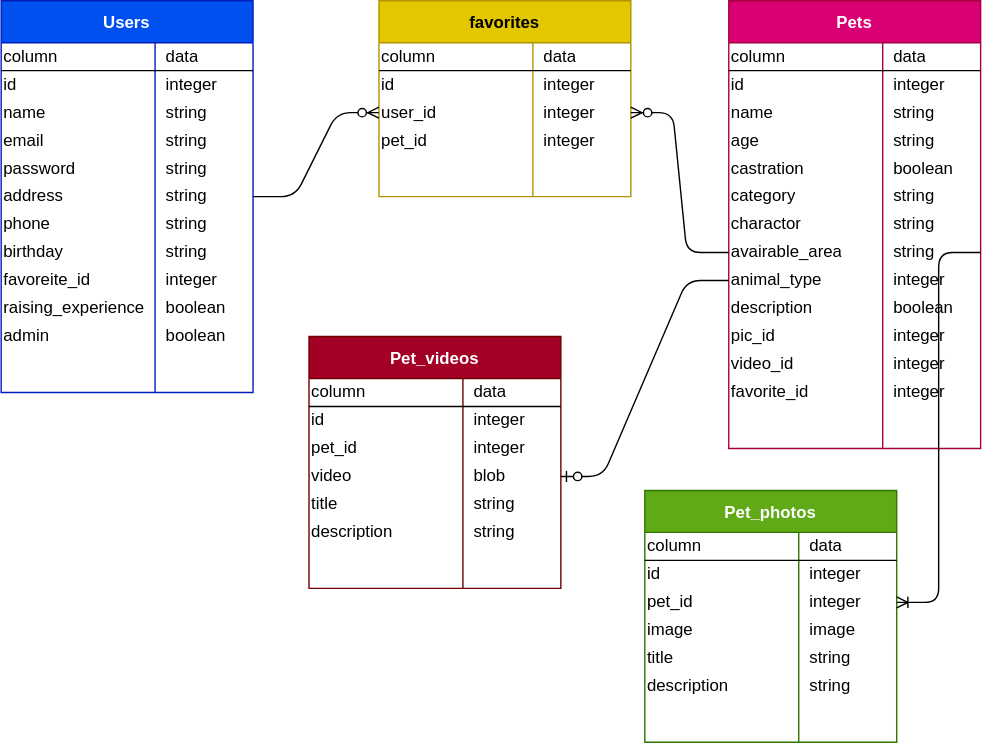
This is rubyemon.drawio.svg from yosnak13/rubyemon_entity_relationship_diagram, a draw.io export, as it was before one commit. Source tidied: cells renumbered, new cells last; positions are measured from the earlier drawing's top-left corner, leaving out a move shared by most shapes.
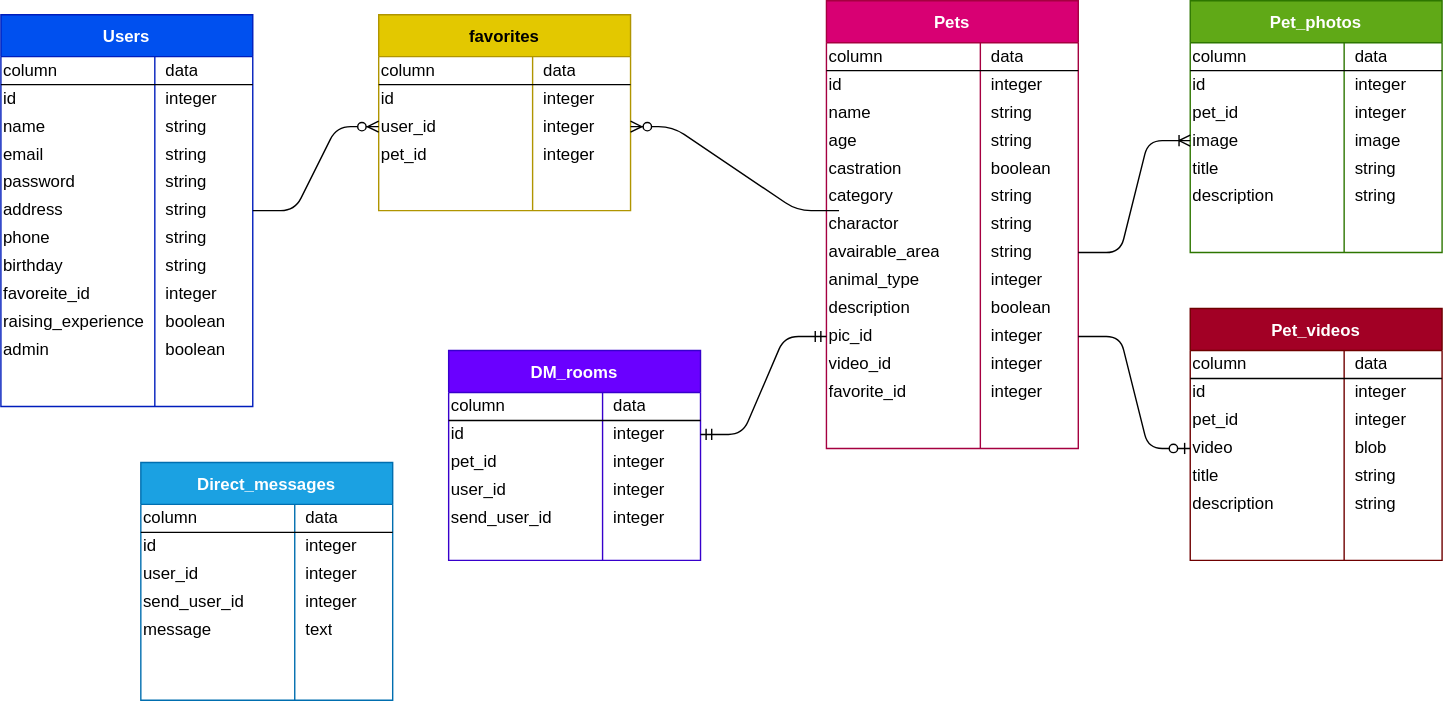
Above is the later version.

The edit, as a diff of the source:
```diff
@@ -105,7 +105,7 @@
       <mxGeometry x="110" width="70" height="20" as="geometry" />
     </mxCell>
     <mxCell id="36" value="Pets" style="shape=table;startSize=30;rowLines=0;fontStyle=1;align=center;labelBorderColor=none;labelBackgroundColor=none;fillColor=#d80073;strokeColor=#A50040;fontColor=#ffffff;shadow=0;" parent="1" vertex="1">
-      <mxGeometry x="520" width="180" height="320" as="geometry" />
+      <mxGeometry x="590" y="-10" width="180" height="320" as="geometry" />
     </mxCell>
     <mxCell id="37" style="shape=partialRectangle;html=1;whiteSpace=wrap;fillColor=none;top=0;left=0;bottom=1;right=0;" parent="36" vertex="1">
       <mxGeometry y="30" width="180" height="20" as="geometry" />
@@ -266,11 +266,11 @@
     <mxCell id="89" style="edgeStyle=entityRelationEdgeStyle;fontSize=12;html=1;endArrow=ERzeroToMany;endFill=1;exitX=1;exitY=0.5;exitDx=0;exitDy=0;entryX=0;entryY=0.5;entryDx=0;entryDy=0;" parent="1" edge="1" source="18" target="83">
       <mxGeometry relative="1" as="geometry" />
     </mxCell>
-    <mxCell id="90" style="edgeStyle=entityRelationEdgeStyle;fontSize=12;html=1;endArrow=ERzeroToMany;endFill=1;entryX=1;entryY=0.5;entryDx=0;entryDy=0;" parent="1" edge="1" source="58" target="83">
+    <mxCell id="90" style="edgeStyle=entityRelationEdgeStyle;fontSize=12;html=1;endArrow=ERzeroToMany;endFill=1;entryX=1;entryY=0.5;entryDx=0;entryDy=0;exitX=0.05;exitY=1;exitDx=0;exitDy=0;exitPerimeter=0;" parent="1" edge="1" source="52" target="83">
       <mxGeometry relative="1" as="geometry" />
     </mxCell>
     <mxCell id="91" value="Pet_photos" style="shape=table;startSize=30;rowLines=0;fontStyle=1;align=center;labelBorderColor=none;labelBackgroundColor=none;fillColor=#60a917;strokeColor=#2D7600;fontColor=#ffffff;" parent="1" vertex="1">
-      <mxGeometry x="460" y="350" width="180" height="180" as="geometry" />
+      <mxGeometry x="850" y="-10" width="180" height="180" as="geometry" />
     </mxCell>
     <mxCell id="92" style="shape=partialRectangle;html=1;whiteSpace=wrap;fillColor=none;top=0;left=0;bottom=1;right=0;" parent="91" vertex="1">
       <mxGeometry y="30" width="180" height="20" as="geometry" />
@@ -326,11 +326,11 @@
     <mxCell id="109" value="string" style="shape=partialRectangle;html=1;whiteSpace=wrap;fillColor=none;top=0;left=0;bottom=0;right=0;align=left;spacingLeft=6;overflow=hidden;" parent="107" vertex="1">
       <mxGeometry x="110" width="70" height="20" as="geometry" />
     </mxCell>
-    <mxCell id="110" style="edgeStyle=entityRelationEdgeStyle;fontSize=12;html=1;endArrow=ERoneToMany;exitX=1;exitY=0.5;exitDx=0;exitDy=0;entryX=1;entryY=0.5;entryDx=0;entryDy=0;" parent="1" edge="1" source="58" target="98">
+    <mxCell id="110" style="edgeStyle=entityRelationEdgeStyle;fontSize=12;html=1;endArrow=ERoneToMany;exitX=1;exitY=0.5;exitDx=0;exitDy=0;entryX=0;entryY=0.5;entryDx=0;entryDy=0;" parent="1" edge="1" source="58" target="101">
       <mxGeometry relative="1" as="geometry" />
     </mxCell>
     <mxCell id="111" value="Pet_videos" style="shape=table;startSize=30;rowLines=0;fontStyle=1;align=center;labelBorderColor=none;labelBackgroundColor=none;fillColor=#a20025;strokeColor=#6F0000;fontColor=#ffffff;" parent="1" vertex="1">
-      <mxGeometry x="220" y="240" width="180" height="180" as="geometry" />
+      <mxGeometry x="850" y="210" width="180" height="180" as="geometry" />
     </mxCell>
     <mxCell id="112" style="shape=partialRectangle;html=1;whiteSpace=wrap;fillColor=none;top=0;left=0;bottom=1;right=0;" parent="111" vertex="1">
       <mxGeometry y="30" width="180" height="20" as="geometry" />
@@ -386,8 +386,116 @@
     <mxCell id="129" value="string" style="shape=partialRectangle;html=1;whiteSpace=wrap;fillColor=none;top=0;left=0;bottom=0;right=0;align=left;spacingLeft=6;overflow=hidden;" parent="127" vertex="1">
       <mxGeometry x="110" width="70" height="20" as="geometry" />
     </mxCell>
-    <mxCell id="130" style="edgeStyle=entityRelationEdgeStyle;fontSize=12;html=1;endArrow=ERzeroToOne;endFill=1;exitX=0;exitY=0.5;exitDx=0;exitDy=0;entryX=1;entryY=0.5;entryDx=0;entryDy=0;" parent="1" edge="1" source="61" target="121">
+    <mxCell id="130" style="edgeStyle=entityRelationEdgeStyle;fontSize=12;html=1;endArrow=ERzeroToOne;endFill=1;" parent="1" edge="1" source="67" target="121">
       <mxGeometry relative="1" as="geometry" />
     </mxCell>
+    <mxCell id="131" value="Direct_messages" style="shape=table;startSize=30;rowLines=0;fontStyle=1;align=center;labelBorderColor=none;labelBackgroundColor=none;fillColor=#1ba1e2;strokeColor=#006EAF;fontColor=#ffffff;" parent="1" vertex="1">
+      <mxGeometry x="100" y="320" width="180" height="170" as="geometry" />
+    </mxCell>
+    <mxCell id="132" style="shape=partialRectangle;html=1;whiteSpace=wrap;fillColor=none;top=0;left=0;bottom=1;right=0;" parent="131" vertex="1">
+      <mxGeometry y="30" width="180" height="20" as="geometry" />
+    </mxCell>
+    <mxCell id="133" value="column" style="shape=partialRectangle;html=1;whiteSpace=wrap;fillColor=none;top=0;left=0;bottom=0;right=0;overflow=hidden;align=left;" parent="132" vertex="1">
+      <mxGeometry width="110" height="20" as="geometry" />
+    </mxCell>
+    <mxCell id="134" value="data" style="shape=partialRectangle;html=1;whiteSpace=wrap;fillColor=none;top=0;left=0;bottom=0;right=0;align=left;spacingLeft=6;overflow=hidden;" parent="132" vertex="1">
+      <mxGeometry x="110" width="70" height="20" as="geometry" />
+    </mxCell>
+    <mxCell id="135" style="shape=partialRectangle;html=1;whiteSpace=wrap;fillColor=none;top=0;left=0;bottom=0;right=0;" parent="131" vertex="1">
+      <mxGeometry y="50" width="180" height="20" as="geometry" />
+    </mxCell>
+    <mxCell id="136" value="id" style="shape=partialRectangle;html=1;whiteSpace=wrap;fillColor=none;top=0;left=0;bottom=0;right=0;overflow=hidden;align=left;" parent="135" vertex="1">
+      <mxGeometry width="110" height="20" as="geometry" />
+    </mxCell>
+    <mxCell id="137" value="integer" style="shape=partialRectangle;html=1;whiteSpace=wrap;fillColor=none;top=0;left=0;bottom=0;right=0;align=left;spacingLeft=6;overflow=hidden;" parent="135" vertex="1">
+      <mxGeometry x="110" width="70" height="20" as="geometry" />
+    </mxCell>
+    <mxCell id="138" style="shape=partialRectangle;html=1;whiteSpace=wrap;fillColor=none;top=0;left=0;bottom=0;right=0;" parent="131" vertex="1">
+      <mxGeometry y="70" width="180" height="20" as="geometry" />
+    </mxCell>
+    <mxCell id="139" value="user_id" style="shape=partialRectangle;html=1;whiteSpace=wrap;fillColor=none;top=0;left=0;bottom=0;right=0;overflow=hidden;align=left;" parent="138" vertex="1">
+      <mxGeometry width="110" height="20" as="geometry" />
+    </mxCell>
+    <mxCell id="140" value="integer" style="shape=partialRectangle;html=1;whiteSpace=wrap;fillColor=none;top=0;left=0;bottom=0;right=0;align=left;spacingLeft=6;overflow=hidden;" parent="138" vertex="1">
+      <mxGeometry x="110" width="70" height="20" as="geometry" />
+    </mxCell>
+    <mxCell id="141" style="shape=partialRectangle;html=1;whiteSpace=wrap;fillColor=none;top=0;left=0;bottom=0;right=0;" parent="131" vertex="1">
+      <mxGeometry y="90" width="180" height="20" as="geometry" />
+    </mxCell>
+    <mxCell id="142" value="send_user_id" style="shape=partialRectangle;html=1;whiteSpace=wrap;fillColor=none;top=0;left=0;bottom=0;right=0;overflow=hidden;align=left;" parent="141" vertex="1">
+      <mxGeometry width="110" height="20" as="geometry" />
+    </mxCell>
+    <mxCell id="143" value="integer" style="shape=partialRectangle;html=1;whiteSpace=wrap;fillColor=none;top=0;left=0;bottom=0;right=0;align=left;spacingLeft=6;overflow=hidden;" parent="141" vertex="1">
+      <mxGeometry x="110" width="70" height="20" as="geometry" />
+    </mxCell>
+    <mxCell id="144" style="shape=partialRectangle;html=1;whiteSpace=wrap;fillColor=none;top=0;left=0;bottom=0;right=0;" parent="131" vertex="1">
+      <mxGeometry y="110" width="180" height="20" as="geometry" />
+    </mxCell>
+    <mxCell id="145" value="message" style="shape=partialRectangle;html=1;whiteSpace=wrap;fillColor=none;top=0;left=0;bottom=0;right=0;overflow=hidden;align=left;" parent="144" vertex="1">
+      <mxGeometry width="110" height="20" as="geometry" />
+    </mxCell>
+    <mxCell id="146" value="text" style="shape=partialRectangle;html=1;whiteSpace=wrap;fillColor=none;top=0;left=0;bottom=0;right=0;align=left;spacingLeft=6;overflow=hidden;" parent="144" vertex="1">
+      <mxGeometry x="110" width="70" height="20" as="geometry" />
+    </mxCell>
+    <mxCell id="147" style="shape=partialRectangle;html=1;whiteSpace=wrap;fillColor=none;top=0;left=0;bottom=0;right=0;" parent="131" vertex="1">
+      <mxGeometry y="130" width="180" height="20" as="geometry" />
+    </mxCell>
+    <mxCell id="148" style="shape=partialRectangle;html=1;whiteSpace=wrap;fillColor=none;top=0;left=0;bottom=0;right=0;overflow=hidden;align=left;" parent="147" vertex="1">
+      <mxGeometry width="110" height="20" as="geometry" />
+    </mxCell>
+    <mxCell id="149" style="shape=partialRectangle;html=1;whiteSpace=wrap;fillColor=none;top=0;left=0;bottom=0;right=0;align=left;spacingLeft=6;overflow=hidden;" parent="147" vertex="1">
+      <mxGeometry x="110" width="70" height="20" as="geometry" />
+    </mxCell>
+    <mxCell id="150" value="DM_rooms" style="shape=table;startSize=30;rowLines=0;fontStyle=1;align=center;labelBorderColor=none;labelBackgroundColor=none;fillColor=#6a00ff;strokeColor=#3700CC;fontColor=#ffffff;" parent="1" vertex="1">
+      <mxGeometry x="320" y="240" width="180" height="150" as="geometry" />
+    </mxCell>
+    <mxCell id="151" style="shape=partialRectangle;html=1;whiteSpace=wrap;fillColor=none;top=0;left=0;bottom=1;right=0;" parent="150" vertex="1">
+      <mxGeometry y="30" width="180" height="20" as="geometry" />
+    </mxCell>
+    <mxCell id="152" value="column" style="shape=partialRectangle;html=1;whiteSpace=wrap;fillColor=none;top=0;left=0;bottom=0;right=0;overflow=hidden;align=left;" parent="151" vertex="1">
+      <mxGeometry width="110" height="20" as="geometry" />
+    </mxCell>
+    <mxCell id="153" value="data" style="shape=partialRectangle;html=1;whiteSpace=wrap;fillColor=none;top=0;left=0;bottom=0;right=0;align=left;spacingLeft=6;overflow=hidden;" parent="151" vertex="1">
+      <mxGeometry x="110" width="70" height="20" as="geometry" />
+    </mxCell>
+    <mxCell id="154" style="shape=partialRectangle;html=1;whiteSpace=wrap;fillColor=none;top=0;left=0;bottom=0;right=0;points=[[0,0.5],[1,0.5]];portConstraint=eastwest;" parent="150" vertex="1">
+      <mxGeometry y="50" width="180" height="20" as="geometry" />
+    </mxCell>
+    <mxCell id="155" value="id" style="shape=partialRectangle;html=1;whiteSpace=wrap;fillColor=none;top=0;left=0;bottom=0;right=0;overflow=hidden;align=left;" parent="154" vertex="1">
+      <mxGeometry width="110" height="20" as="geometry" />
+    </mxCell>
+    <mxCell id="156" value="integer" style="shape=partialRectangle;html=1;whiteSpace=wrap;fillColor=none;top=0;left=0;bottom=0;right=0;align=left;spacingLeft=6;overflow=hidden;" parent="154" vertex="1">
+      <mxGeometry x="110" width="70" height="20" as="geometry" />
+    </mxCell>
+    <mxCell id="157" style="shape=partialRectangle;html=1;whiteSpace=wrap;fillColor=none;top=0;left=0;bottom=0;right=0;" parent="150" vertex="1">
+      <mxGeometry y="70" width="180" height="20" as="geometry" />
+    </mxCell>
+    <mxCell id="158" value="pet_id" style="shape=partialRectangle;html=1;whiteSpace=wrap;fillColor=none;top=0;left=0;bottom=0;right=0;overflow=hidden;align=left;" parent="157" vertex="1">
+      <mxGeometry width="110" height="20" as="geometry" />
+    </mxCell>
+    <mxCell id="159" value="integer" style="shape=partialRectangle;html=1;whiteSpace=wrap;fillColor=none;top=0;left=0;bottom=0;right=0;align=left;spacingLeft=6;overflow=hidden;" parent="157" vertex="1">
+      <mxGeometry x="110" width="70" height="20" as="geometry" />
+    </mxCell>
+    <mxCell id="160" style="shape=partialRectangle;html=1;whiteSpace=wrap;fillColor=none;top=0;left=0;bottom=0;right=0;" parent="150" vertex="1">
+      <mxGeometry y="90" width="180" height="20" as="geometry" />
+    </mxCell>
+    <mxCell id="161" value="user_id" style="shape=partialRectangle;html=1;whiteSpace=wrap;fillColor=none;top=0;left=0;bottom=0;right=0;overflow=hidden;align=left;" parent="160" vertex="1">
+      <mxGeometry width="110" height="20" as="geometry" />
+    </mxCell>
+    <mxCell id="162" value="integer" style="shape=partialRectangle;html=1;whiteSpace=wrap;fillColor=none;top=0;left=0;bottom=0;right=0;align=left;spacingLeft=6;overflow=hidden;" parent="160" vertex="1">
+      <mxGeometry x="110" width="70" height="20" as="geometry" />
+    </mxCell>
+    <mxCell id="163" style="shape=partialRectangle;html=1;whiteSpace=wrap;fillColor=none;top=0;left=0;bottom=0;right=0;" parent="150" vertex="1">
+      <mxGeometry y="110" width="180" height="20" as="geometry" />
+    </mxCell>
+    <mxCell id="164" value="send_user_id" style="shape=partialRectangle;html=1;whiteSpace=wrap;fillColor=none;top=0;left=0;bottom=0;right=0;overflow=hidden;align=left;" parent="163" vertex="1">
+      <mxGeometry width="110" height="20" as="geometry" />
+    </mxCell>
+    <mxCell id="165" value="integer" style="shape=partialRectangle;html=1;whiteSpace=wrap;fillColor=none;top=0;left=0;bottom=0;right=0;align=left;spacingLeft=6;overflow=hidden;" parent="163" vertex="1">
+      <mxGeometry x="110" width="70" height="20" as="geometry" />
+    </mxCell>
+    <mxCell id="166" style="edgeStyle=entityRelationEdgeStyle;fontSize=12;html=1;endArrow=ERmandOne;startArrow=ERmandOne;entryX=0;entryY=0.5;entryDx=0;entryDy=0;exitX=1;exitY=0.5;exitDx=0;exitDy=0;" parent="1" edge="1" source="154" target="67">
+      <mxGeometry relative="1" as="geometry" />
+    </mxCell>
   </root>
 </mxGraphModel>
```
